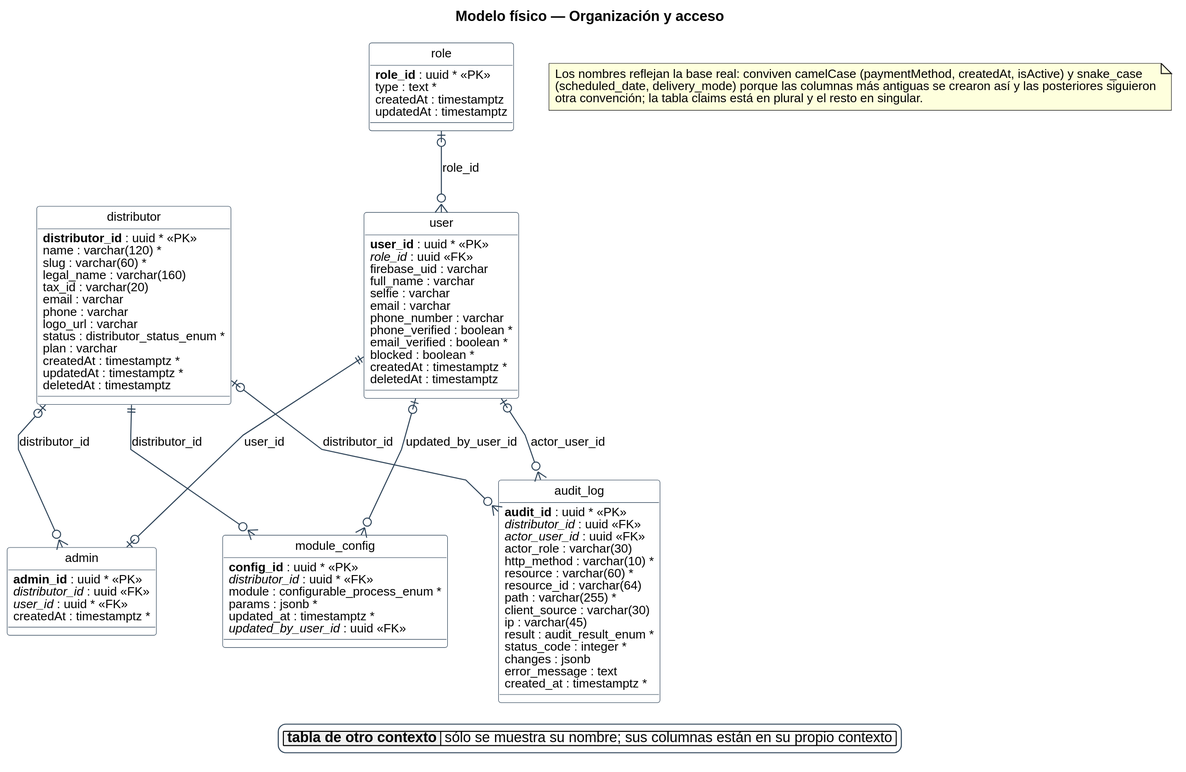
Above: diagramas/base-de-datos/fisico/SPLG-fisico-01-organizacion-y-acceso.svg in Nahuelito-Dev/splg-docs (PlantUML), before the change. Its diagram source:
```plantuml
@startuml
title Modelo físico — Organización y acceso
skinparam backgroundColor #FFFFFF
skinparam shadowing false
skinparam defaultFontName Helvetica
skinparam defaultFontSize 12
skinparam dpi 150
skinparam class {
  BorderColor #2C4257
  BackgroundColor #FFFFFF
  ArrowColor #2C4257
  FontSize 12
}
skinparam entity<<ajena>> {
  BackgroundColor #F1F1F1
  BorderColor #8A97A3
  FontColor #55616C
}
skinparam class<<propuesto>> {
  BorderColor #1F5E8C
  BackgroundColor #E4EDF4
}
skinparam entity<<propuesto>> {
  BorderColor #1F5E8C
  BackgroundColor #E4EDF4
}
skinparam legendBackgroundColor #FFFFFF
skinparam legendBorderColor #2C4257

hide circle
skinparam linetype polyline

entity "distributor" as e_distributor {
  {field} **distributor_id** : uuid * <<PK>>
  {field} name : varchar(120) *
  {field} slug : varchar(60) *
  {field} legal_name : varchar(160)
  {field} tax_id : varchar(20)
  {field} email : varchar
  {field} phone : varchar
  {field} logo_url : varchar
  {field} status : distributor_status_enum *
  {field} plan : varchar
  {field} createdAt : timestamptz *
  {field} updatedAt : timestamptz *
  {field} deletedAt : timestamptz
}
entity "role" as e_role {
  {field} **role_id** : uuid * <<PK>>
  {field} type : text *
  {field} createdAt : timestamptz
  {field} updatedAt : timestamptz
}
entity "user" as e_user {
  {field} **user_id** : uuid * <<PK>>
  {field} //role_id// : uuid <<FK>>
  {field} firebase_uid : varchar
  {field} full_name : varchar
  {field} selfie : varchar
  {field} email : varchar
  {field} phone_number : varchar
  {field} phone_verified : boolean *
  {field} email_verified : boolean *
  {field} blocked : boolean *
  {field} createdAt : timestamptz *
  {field} deletedAt : timestamptz
}
entity "admin" as e_admin {
  {field} **admin_id** : uuid * <<PK>>
  {field} //distributor_id// : uuid <<FK>>
  {field} //user_id// : uuid * <<FK>>
  {field} createdAt : timestamptz *
}
entity "audit_log" as e_audit_log {
  {field} **audit_id** : uuid * <<PK>>
  {field} //distributor_id// : uuid <<FK>>
  {field} //actor_user_id// : uuid <<FK>>
  {field} actor_role : varchar(30)
  {field} http_method : varchar(10) *
  {field} resource : varchar(60) *
  {field} resource_id : varchar(64)
  {field} path : varchar(255) *
  {field} client_source : varchar(30)
  {field} ip : varchar(45)
  {field} result : audit_result_enum *
  {field} status_code : integer *
  {field} changes : jsonb
  {field} error_message : text
  {field} created_at : timestamptz *
}
entity "module_config" as e_module_config {
  {field} **config_id** : uuid * <<PK>>
  {field} //distributor_id// : uuid * <<FK>>
  {field} module : configurable_process_enum *
  {field} params : jsonb *
  {field} updated_at : timestamptz *
  {field} //updated_by_user_id// : uuid <<FK>>
}

e_role |o--o{ e_user : role_id
e_distributor |o--o{ e_admin : distributor_id
e_user ||--o| e_admin : user_id
e_user |o--o{ e_audit_log : actor_user_id
e_distributor |o--o{ e_audit_log : distributor_id
e_distributor ||--o{ e_module_config : distributor_id
e_user |o--o{ e_module_config : updated_by_user_id

legend bottom
|<#F1F1F1> **tabla de otro contexto** | sólo se muestra su nombre; sus columnas están en su propio contexto |
endlegend
note as N
  Los nombres reflejan la base real: conviven camelCase (paymentMethod, createdAt, isActive) y snake_case
  (scheduled_date, delivery_mode) porque las columnas más antiguas se crearon así y las posteriores siguieron
  otra convención; la tabla claims está en plural y el resto en singular.
end note
@enduml
```
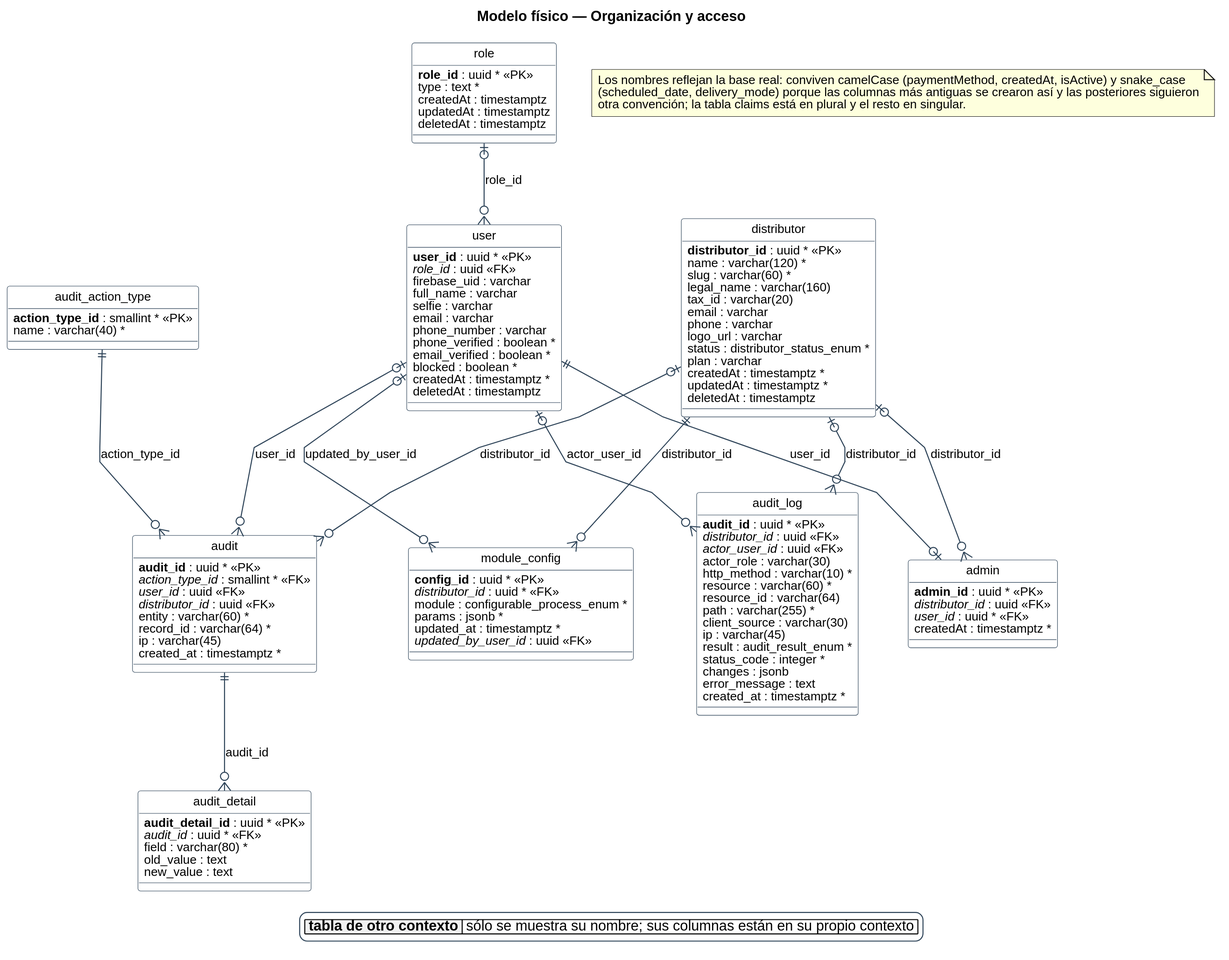
Above is the later version.

What changed in the source:
```diff
@@ -30,6 +30,10 @@
 hide circle
 skinparam linetype polyline
 
+entity "audit_action_type" as e_audit_action_type {
+  {field} **action_type_id** : smallint * <<PK>>
+  {field} name : varchar(40) *
+}
 entity "distributor" as e_distributor {
   {field} **distributor_id** : uuid * <<PK>>
   {field} name : varchar(120) *
@@ -50,6 +54,7 @@
   {field} type : text *
   {field} createdAt : timestamptz
   {field} updatedAt : timestamptz
+  {field} deletedAt : timestamptz
 }
 entity "user" as e_user {
   {field} **user_id** : uuid * <<PK>>
@@ -70,6 +75,16 @@
   {field} //distributor_id// : uuid <<FK>>
   {field} //user_id// : uuid * <<FK>>
   {field} createdAt : timestamptz *
+}
+entity "audit" as e_audit {
+  {field} **audit_id** : uuid * <<PK>>
+  {field} //action_type_id// : smallint * <<FK>>
+  {field} //user_id// : uuid <<FK>>
+  {field} //distributor_id// : uuid <<FK>>
+  {field} entity : varchar(60) *
+  {field} record_id : varchar(64) *
+  {field} ip : varchar(45)
+  {field} created_at : timestamptz *
 }
 entity "audit_log" as e_audit_log {
   {field} **audit_id** : uuid * <<PK>>
@@ -96,14 +111,25 @@
   {field} updated_at : timestamptz *
   {field} //updated_by_user_id// : uuid <<FK>>
 }
+entity "audit_detail" as e_audit_detail {
+  {field} **audit_detail_id** : uuid * <<PK>>
+  {field} //audit_id// : uuid * <<FK>>
+  {field} field : varchar(80) *
+  {field} old_value : text
+  {field} new_value : text
+}
 
 e_role |o--o{ e_user : role_id
 e_distributor |o--o{ e_admin : distributor_id
 e_user ||--o| e_admin : user_id
+e_audit_action_type ||--o{ e_audit : action_type_id
+e_distributor |o--o{ e_audit : distributor_id
+e_user |o--o{ e_audit : user_id
 e_user |o--o{ e_audit_log : actor_user_id
 e_distributor |o--o{ e_audit_log : distributor_id
 e_distributor ||--o{ e_module_config : distributor_id
 e_user |o--o{ e_module_config : updated_by_user_id
+e_audit ||--o{ e_audit_detail : audit_id
 
 legend bottom
 |<#F1F1F1> **tabla de otro contexto** | sólo se muestra su nombre; sus columnas están en su propio contexto |
```
